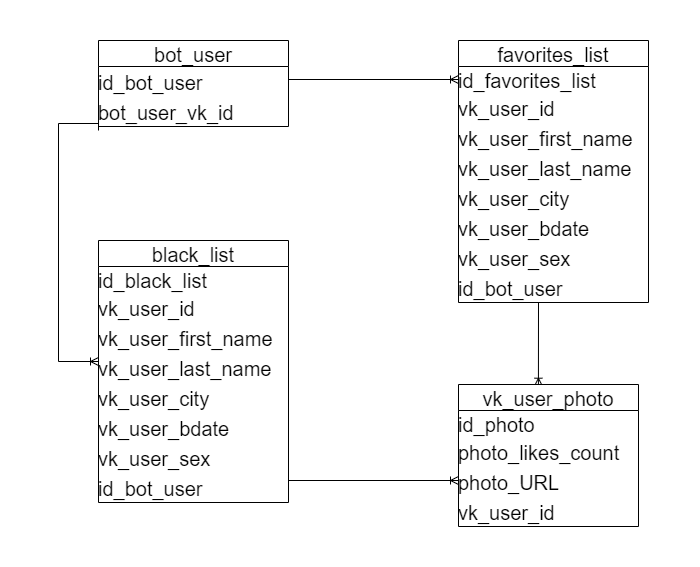
Earlier version of the draw.io export flowchart.png (macosib/Vkinder). Source tidied: cells renumbered, new cells last; positions are measured from the earlier drawing's top-left corner, leaving out a move shared by most shapes. Source of this version:
```xml
<mxGraphModel>
  <root>
    <mxCell id="0" />
    <mxCell id="1" parent="0" />
    <mxCell id="2" value="bot_user" style="swimlane;fontStyle=0;horizontal=1;startSize=26;align=center;fontSize=20;labelBackgroundColor=none;swimlaneLine=1;labelBorderColor=none;spacingTop=0;spacing=0;spacingLeft=0;spacingBottom=0;verticalAlign=middle;" parent="1" vertex="1">
      <mxGeometry x="40" width="190" height="86" as="geometry" />
    </mxCell>
    <mxCell id="3" value="id_bot_user" style="text;spacingLeft=0;spacingRight=4;overflow=hidden;fontSize=20;labelBackgroundColor=none;swimlaneLine=1;labelBorderColor=none;spacingTop=0;spacing=0;spacingBottom=0;verticalAlign=middle;" parent="2" vertex="1">
      <mxGeometry y="26" width="190" height="30" as="geometry" />
    </mxCell>
    <mxCell id="4" value="bot_user_vk_id" style="text;spacingLeft=0;spacingRight=4;overflow=hidden;fontSize=20;labelBackgroundColor=none;swimlaneLine=1;labelBorderColor=none;spacingTop=0;spacing=0;spacingBottom=0;verticalAlign=middle;" parent="2" vertex="1">
      <mxGeometry y="56" width="190" height="30" as="geometry" />
    </mxCell>
    <mxCell id="5" value="favorites_list" style="swimlane;fontStyle=0;horizontal=1;startSize=26;align=center;fontSize=20;labelBackgroundColor=none;swimlaneLine=1;labelBorderColor=none;spacingTop=0;spacing=0;spacingLeft=0;spacingBottom=0;verticalAlign=middle;" parent="1" vertex="1">
      <mxGeometry x="400" width="190" height="262" as="geometry" />
    </mxCell>
    <mxCell id="6" value="id_favorites_list" style="text;spacingLeft=0;spacingRight=4;overflow=hidden;points=[[0,0.5],[1,0.5]];portConstraint=eastwest;fontSize=20;labelBackgroundColor=none;swimlaneLine=1;labelBorderColor=none;spacingTop=0;spacing=0;spacingBottom=0;verticalAlign=middle;" parent="5" vertex="1">
      <mxGeometry y="26" width="190" height="26" as="geometry" />
    </mxCell>
    <mxCell id="7" value="vk_user_id" style="text;spacingLeft=0;spacingRight=4;overflow=hidden;fontSize=20;labelBackgroundColor=none;swimlaneLine=1;labelBorderColor=none;spacingTop=0;spacing=0;spacingBottom=0;verticalAlign=middle;" parent="5" vertex="1">
      <mxGeometry y="52" width="190" height="30" as="geometry" />
    </mxCell>
    <mxCell id="8" value="vk_user_first_name" style="text;spacingLeft=0;spacingRight=4;overflow=hidden;fontSize=20;labelBackgroundColor=none;swimlaneLine=1;labelBorderColor=none;spacingTop=0;spacing=0;spacingBottom=0;verticalAlign=middle;" parent="5" vertex="1">
      <mxGeometry y="82" width="190" height="30" as="geometry" />
    </mxCell>
    <mxCell id="9" value="vk_user_last_name" style="text;spacingLeft=0;spacingRight=4;overflow=hidden;fontSize=20;labelBackgroundColor=none;swimlaneLine=1;labelBorderColor=none;spacingTop=0;spacing=0;spacingBottom=0;verticalAlign=middle;" parent="5" vertex="1">
      <mxGeometry y="112" width="190" height="30" as="geometry" />
    </mxCell>
    <mxCell id="10" value="vk_user_city" style="text;spacingLeft=0;spacingRight=4;overflow=hidden;fontSize=20;labelBackgroundColor=none;swimlaneLine=1;labelBorderColor=none;spacingTop=0;spacing=0;spacingBottom=0;verticalAlign=middle;" parent="5" vertex="1">
      <mxGeometry y="142" width="190" height="30" as="geometry" />
    </mxCell>
    <mxCell id="11" value="vk_user_bdate" style="text;spacingLeft=0;spacingRight=4;overflow=hidden;fontSize=20;labelBackgroundColor=none;swimlaneLine=1;labelBorderColor=none;spacingTop=0;spacing=0;spacingBottom=0;verticalAlign=middle;" parent="5" vertex="1">
      <mxGeometry y="172" width="190" height="30" as="geometry" />
    </mxCell>
    <mxCell id="12" value="vk_user_sex" style="text;spacingLeft=0;spacingRight=4;overflow=hidden;fontSize=20;labelBackgroundColor=none;swimlaneLine=1;labelBorderColor=none;spacingTop=0;spacing=0;spacingBottom=0;verticalAlign=middle;" parent="5" vertex="1">
      <mxGeometry y="202" width="190" height="30" as="geometry" />
    </mxCell>
    <mxCell id="13" value="id_bot_user" style="text;spacingLeft=0;spacingRight=4;overflow=hidden;fontSize=20;labelBackgroundColor=none;swimlaneLine=1;labelBorderColor=none;spacingTop=0;spacing=0;spacingBottom=0;verticalAlign=middle;" parent="5" vertex="1">
      <mxGeometry y="232" width="190" height="30" as="geometry" />
    </mxCell>
    <mxCell id="14" style="fontSize=12;html=1;endArrow=ERoneToMany;rounded=0;entryX=0.444;entryY=0.012;entryDx=0;entryDy=0;entryPerimeter=0;" parent="5" edge="1" target="15">
      <mxGeometry relative="1" as="geometry">
        <mxPoint x="80" y="262" as="sourcePoint" />
      </mxGeometry>
    </mxCell>
    <mxCell id="15" value="vk_user_photo" style="swimlane;fontStyle=0;horizontal=1;startSize=26;align=center;fontSize=20;swimlaneLine=1;labelBorderColor=none;spacingTop=0;spacing=0;spacingLeft=0;spacingBottom=0;verticalAlign=middle;labelBackgroundColor=none;" parent="1" vertex="1">
      <mxGeometry x="400" y="344" width="180" height="142" as="geometry" />
    </mxCell>
    <mxCell id="16" value="id_photo" style="text;strokeColor=none;fillColor=none;spacingLeft=0;spacingRight=4;overflow=hidden;fontSize=20;swimlaneLine=1;labelBorderColor=none;spacingTop=0;spacing=0;spacingBottom=0;verticalAlign=middle;labelBackgroundColor=none;" parent="15" vertex="1">
      <mxGeometry y="26" width="180" height="26" as="geometry" />
    </mxCell>
    <mxCell id="17" value="photo_likes_count" style="text;strokeColor=none;fillColor=none;spacingLeft=0;spacingRight=4;overflow=hidden;fontSize=20;swimlaneLine=1;labelBorderColor=none;spacingTop=0;spacing=0;spacingBottom=0;verticalAlign=middle;labelBackgroundColor=none;" parent="15" vertex="1">
      <mxGeometry y="52" width="180" height="30" as="geometry" />
    </mxCell>
    <mxCell id="18" value="photo_URL" style="text;strokeColor=none;fillColor=none;spacingLeft=0;spacingRight=4;overflow=hidden;fontSize=20;swimlaneLine=1;labelBorderColor=none;spacingTop=0;spacing=0;spacingBottom=0;verticalAlign=middle;labelBackgroundColor=none;" parent="15" vertex="1">
      <mxGeometry y="82" width="180" height="30" as="geometry" />
    </mxCell>
    <mxCell id="19" value="vk_user_id" style="text;strokeColor=none;fillColor=none;spacingLeft=0;spacingRight=4;overflow=hidden;fontSize=20;swimlaneLine=1;labelBorderColor=none;spacingTop=0;spacing=0;spacingBottom=0;verticalAlign=middle;labelBackgroundColor=none;" parent="15" vertex="1">
      <mxGeometry y="112" width="180" height="30" as="geometry" />
    </mxCell>
    <mxCell id="20" style="edgeStyle=orthogonalEdgeStyle;fontSize=12;html=1;endArrow=ERoneToMany;rounded=0;entryX=0;entryY=0.5;entryDx=0;entryDy=0;endFill=0;" parent="1" edge="1" target="6">
      <mxGeometry relative="1" as="geometry">
        <mxPoint x="230" y="40" as="sourcePoint" />
        <Array as="points">
          <mxPoint x="230" y="50" />
          <mxPoint x="230" y="39" />
        </Array>
      </mxGeometry>
    </mxCell>
    <mxCell id="21" style="edgeStyle=orthogonalEdgeStyle;fontSize=12;html=1;endArrow=ERoneToMany;rounded=0;" parent="1" edge="1">
      <mxGeometry relative="1" as="geometry">
        <mxPoint x="230" y="440" as="sourcePoint" />
        <mxPoint x="400" y="440" as="targetPoint" />
        <Array as="points">
          <mxPoint x="230" y="440" />
        </Array>
      </mxGeometry>
    </mxCell>
    <mxCell id="22" style="edgeStyle=orthogonalEdgeStyle;fontSize=12;html=1;endArrow=ERoneToMany;rounded=0;" parent="1" edge="1">
      <mxGeometry relative="1" as="geometry">
        <mxPoint x="40" y="90" as="sourcePoint" />
        <mxPoint x="40" y="321" as="targetPoint" />
        <Array as="points">
          <mxPoint x="40" y="83" />
          <mxPoint y="83" />
          <mxPoint y="321" />
        </Array>
      </mxGeometry>
    </mxCell>
    <mxCell id="23" value="black_list" style="swimlane;fontStyle=0;horizontal=1;startSize=26;align=center;fontSize=20;labelBackgroundColor=none;swimlaneLine=1;labelBorderColor=none;spacingTop=0;spacing=0;spacingLeft=0;spacingBottom=0;verticalAlign=middle;" parent="1" vertex="1">
      <mxGeometry x="40" y="200" width="190" height="262" as="geometry" />
    </mxCell>
    <mxCell id="24" value="id_black_list" style="text;spacingLeft=0;spacingRight=4;overflow=hidden;fontSize=20;labelBackgroundColor=none;swimlaneLine=1;labelBorderColor=none;spacingTop=0;spacing=0;spacingBottom=0;verticalAlign=middle;" parent="23" vertex="1">
      <mxGeometry y="26" width="190" height="26" as="geometry" />
    </mxCell>
    <mxCell id="25" value="vk_user_id" style="text;spacingLeft=0;spacingRight=4;overflow=hidden;fontSize=20;labelBackgroundColor=none;swimlaneLine=1;labelBorderColor=none;spacingTop=0;spacing=0;spacingBottom=0;verticalAlign=middle;" parent="23" vertex="1">
      <mxGeometry y="52" width="190" height="30" as="geometry" />
    </mxCell>
    <mxCell id="26" value="vk_user_first_name" style="text;spacingLeft=0;spacingRight=4;overflow=hidden;fontSize=20;labelBackgroundColor=none;swimlaneLine=1;labelBorderColor=none;spacingTop=0;spacing=0;spacingBottom=0;verticalAlign=middle;" parent="23" vertex="1">
      <mxGeometry y="82" width="190" height="30" as="geometry" />
    </mxCell>
    <mxCell id="27" value="vk_user_last_name" style="text;spacingLeft=0;spacingRight=4;overflow=hidden;fontSize=20;labelBackgroundColor=none;swimlaneLine=1;labelBorderColor=none;spacingTop=0;spacing=0;spacingBottom=0;verticalAlign=middle;" parent="23" vertex="1">
      <mxGeometry y="112" width="190" height="30" as="geometry" />
    </mxCell>
    <mxCell id="28" value="vk_user_city" style="text;spacingLeft=0;spacingRight=4;overflow=hidden;fontSize=20;labelBackgroundColor=none;swimlaneLine=1;labelBorderColor=none;spacingTop=0;spacing=0;spacingBottom=0;verticalAlign=middle;" parent="23" vertex="1">
      <mxGeometry y="142" width="190" height="30" as="geometry" />
    </mxCell>
    <mxCell id="29" value="vk_user_bdate" style="text;spacingLeft=0;spacingRight=4;overflow=hidden;fontSize=20;labelBackgroundColor=none;swimlaneLine=1;labelBorderColor=none;spacingTop=0;spacing=0;spacingBottom=0;verticalAlign=middle;" parent="23" vertex="1">
      <mxGeometry y="172" width="190" height="30" as="geometry" />
    </mxCell>
    <mxCell id="30" value="vk_user_sex" style="text;spacingLeft=0;spacingRight=4;overflow=hidden;fontSize=20;labelBackgroundColor=none;swimlaneLine=1;labelBorderColor=none;spacingTop=0;spacing=0;spacingBottom=0;verticalAlign=middle;" parent="23" vertex="1">
      <mxGeometry y="202" width="190" height="30" as="geometry" />
    </mxCell>
    <mxCell id="31" value="id_bot_user" style="text;spacingLeft=0;spacingRight=4;overflow=hidden;fontSize=20;labelBackgroundColor=none;swimlaneLine=1;labelBorderColor=none;spacingTop=0;spacing=0;spacingBottom=0;verticalAlign=middle;" parent="23" vertex="1">
      <mxGeometry y="232" width="190" height="30" as="geometry" />
    </mxCell>
  </root>
</mxGraphModel>
```
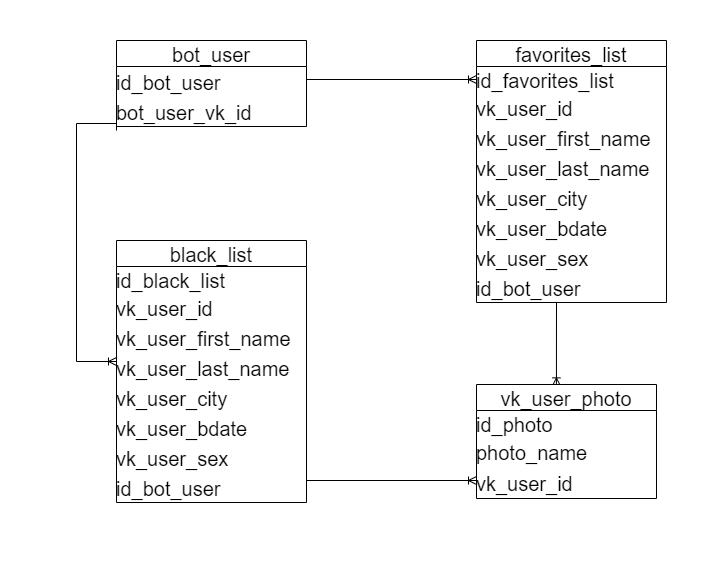
After the change.

Change to the diagram source:
```diff
@@ -44,19 +44,16 @@
       </mxGeometry>
     </mxCell>
     <mxCell id="15" value="vk_user_photo" style="swimlane;fontStyle=0;horizontal=1;startSize=26;align=center;fontSize=20;swimlaneLine=1;labelBorderColor=none;spacingTop=0;spacing=0;spacingLeft=0;spacingBottom=0;verticalAlign=middle;labelBackgroundColor=none;" parent="1" vertex="1">
-      <mxGeometry x="400" y="344" width="180" height="142" as="geometry" />
+      <mxGeometry x="400" y="344" width="180" height="114" as="geometry" />
     </mxCell>
     <mxCell id="16" value="id_photo" style="text;strokeColor=none;fillColor=none;spacingLeft=0;spacingRight=4;overflow=hidden;fontSize=20;swimlaneLine=1;labelBorderColor=none;spacingTop=0;spacing=0;spacingBottom=0;verticalAlign=middle;labelBackgroundColor=none;" parent="15" vertex="1">
       <mxGeometry y="26" width="180" height="26" as="geometry" />
     </mxCell>
-    <mxCell id="17" value="photo_likes_count" style="text;strokeColor=none;fillColor=none;spacingLeft=0;spacingRight=4;overflow=hidden;fontSize=20;swimlaneLine=1;labelBorderColor=none;spacingTop=0;spacing=0;spacingBottom=0;verticalAlign=middle;labelBackgroundColor=none;" parent="15" vertex="1">
-      <mxGeometry y="52" width="180" height="30" as="geometry" />
-    </mxCell>
-    <mxCell id="18" value="photo_URL" style="text;strokeColor=none;fillColor=none;spacingLeft=0;spacingRight=4;overflow=hidden;fontSize=20;swimlaneLine=1;labelBorderColor=none;spacingTop=0;spacing=0;spacingBottom=0;verticalAlign=middle;labelBackgroundColor=none;" parent="15" vertex="1">
-      <mxGeometry y="82" width="180" height="30" as="geometry" />
+    <mxCell id="18" value="photo_name" style="text;strokeColor=none;fillColor=none;spacingLeft=0;spacingRight=4;overflow=hidden;fontSize=20;swimlaneLine=1;labelBorderColor=none;spacingTop=0;spacing=0;spacingBottom=0;verticalAlign=middle;labelBackgroundColor=none;" parent="15" vertex="1">
+      <mxGeometry y="52" width="180" height="30" as="geometry" />
     </mxCell>
     <mxCell id="19" value="vk_user_id" style="text;strokeColor=none;fillColor=none;spacingLeft=0;spacingRight=4;overflow=hidden;fontSize=20;swimlaneLine=1;labelBorderColor=none;spacingTop=0;spacing=0;spacingBottom=0;verticalAlign=middle;labelBackgroundColor=none;" parent="15" vertex="1">
-      <mxGeometry y="112" width="180" height="30" as="geometry" />
+      <mxGeometry y="82" width="180" height="32" as="geometry" />
     </mxCell>
     <mxCell id="20" style="edgeStyle=orthogonalEdgeStyle;fontSize=12;html=1;endArrow=ERoneToMany;rounded=0;entryX=0;entryY=0.5;entryDx=0;entryDy=0;endFill=0;" parent="1" edge="1" target="6">
       <mxGeometry relative="1" as="geometry">
```
